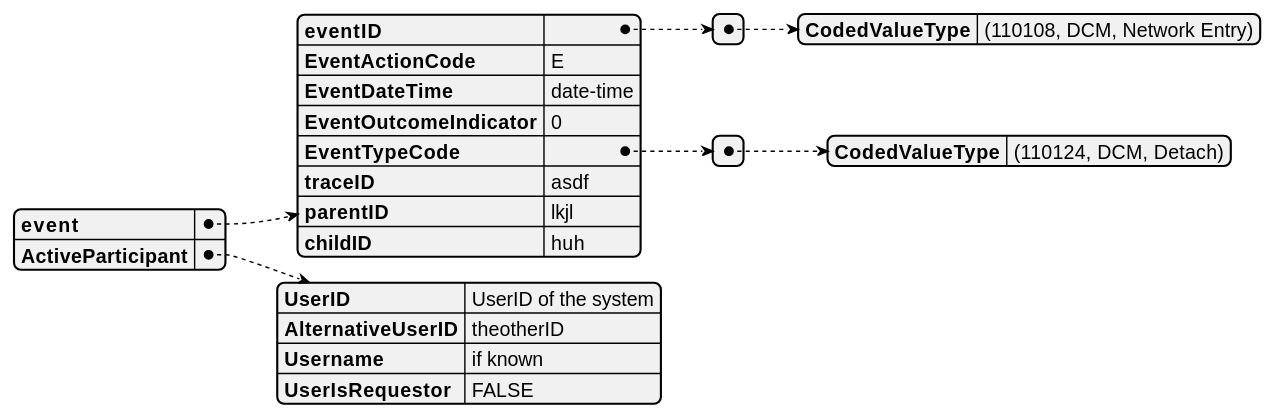
The PlantUML diagram diagrams/network-entry.svg in rjhorniii/wg14-audit-etc, before a commit. The source it was exported from:
```plantuml
@startjson
{
	"event": {
	   "eventID" : [
	       { "CodedValueType" : "(110108, DCM, Network Entry)"}
	       ],
	   "EventActionCode": "E",
	   "EventDateTime" : "date-time",
	   "EventOutcomeIndicator": "0",
	   "EventTypeCode" : [
	   	{ "CodedValueType" : "(110124, DCM, Detach)"}
		],
	   "traceID" : "asdf",
	   "parentID" : "lkjl",
	   "childID" : "huh"
	   },
	"ActiveParticipant" : {
	   "UserID" : "UserID of the system",
	   "AlternativeUserID" : "theotherID",
	   "Username" : "if known",
	   "UserIsRequestor" : "FALSE"
	   }
}
@endjson
```
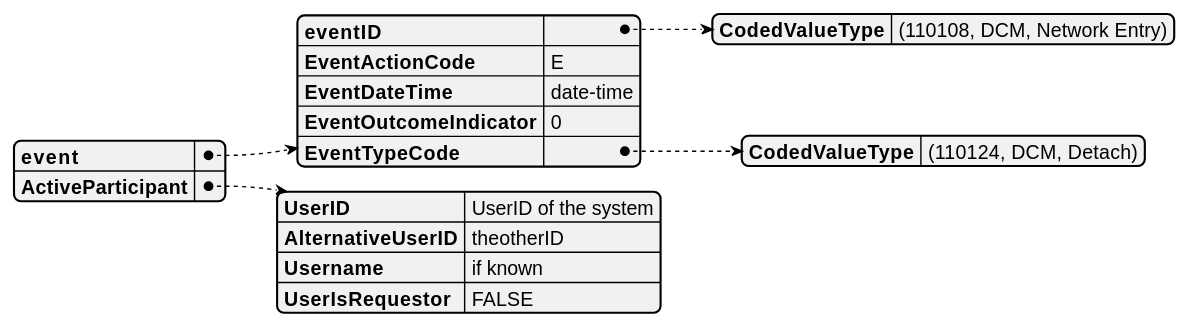
Above is the later version.

Change to the diagram source:
```diff
@@ -1,18 +1,11 @@
 @startjson
 {
 	"event": {
-	   "eventID" : [
-	       { "CodedValueType" : "(110108, DCM, Network Entry)"}
-	       ],
+	   "eventID" : { "CodedValueType" : "(110108, DCM, Network Entry)"},
 	   "EventActionCode": "E",
 	   "EventDateTime" : "date-time",
 	   "EventOutcomeIndicator": "0",
-	   "EventTypeCode" : [
-	   	{ "CodedValueType" : "(110124, DCM, Detach)"}
-		],
-	   "traceID" : "asdf",
-	   "parentID" : "lkjl",
-	   "childID" : "huh"
+	   "EventTypeCode" : { "CodedValueType" : "(110124, DCM, Detach)"}
 	   },
 	"ActiveParticipant" : {
 	   "UserID" : "UserID of the system",
```
